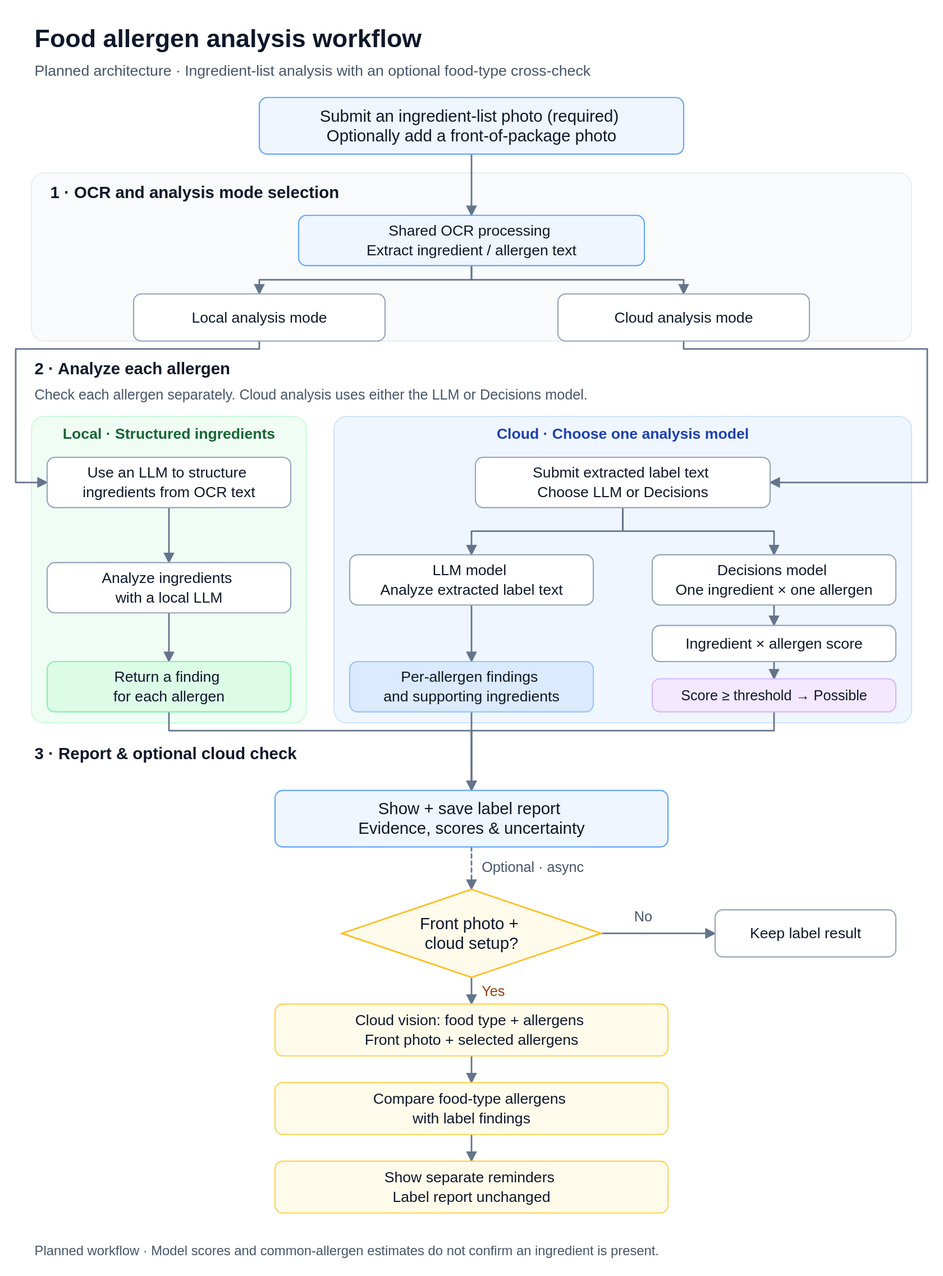
Earlier version of the draw.io export docs/workflow-updated.drawio.svg (CaptainRam/nathacks2026). Source tidied: cells renumbered, new cells last; positions are measured from the earlier drawing's top-left corner, leaving out a move shared by most shapes.
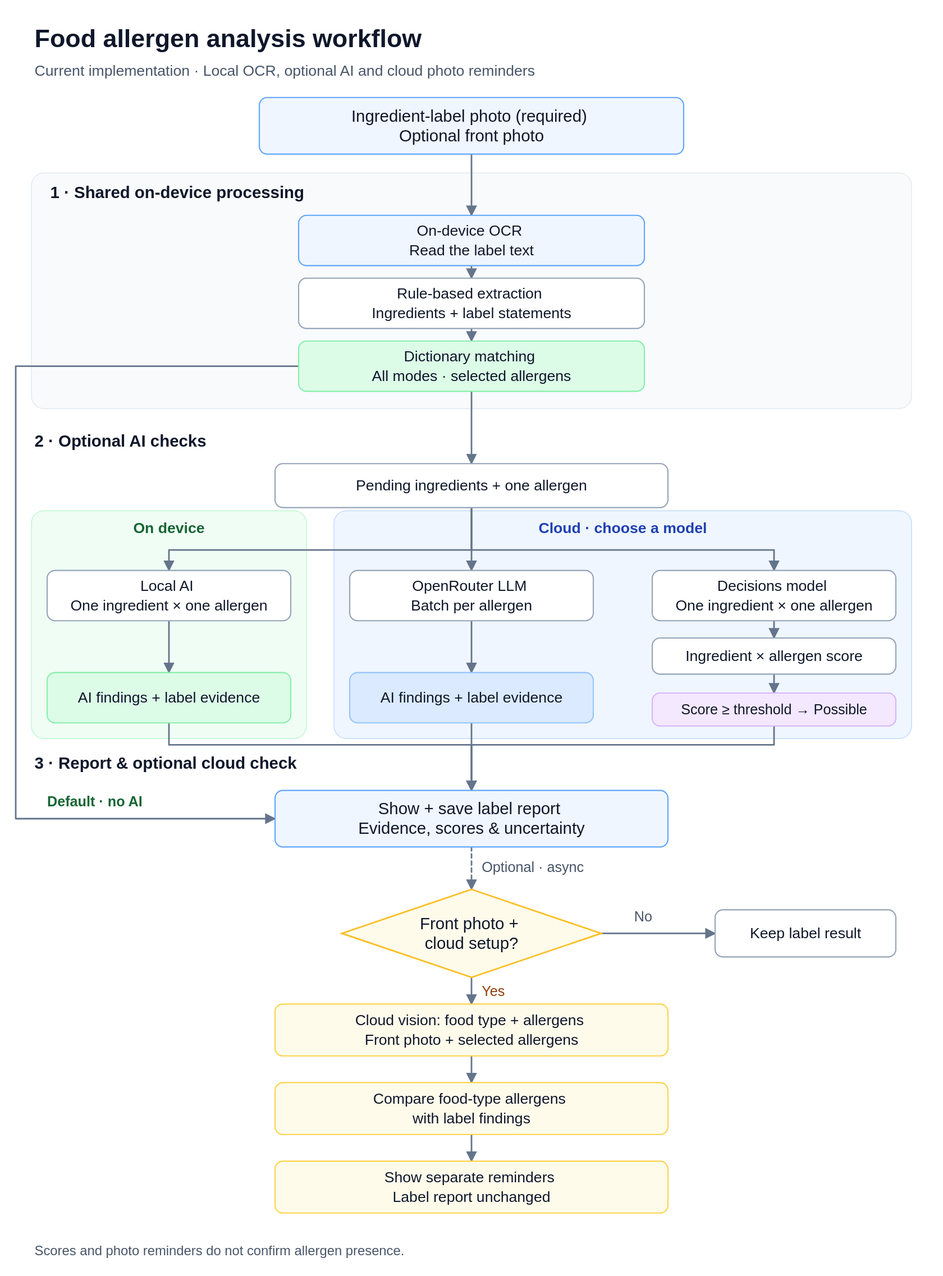
The same diagram one commit later.

Commit message:
Batch pending ingredients for AI allergen checks

What changed in the source:
```diff
@@ -5,9 +5,9 @@
     <mxCell id="2" style="rounded=1;arcSize=8;whiteSpace=wrap;html=1;fillColor=#f8fafc;strokeColor=#e2e8f0;" parent="1" vertex="1">
-      <mxGeometry x="20" y="194" width="1120" height="214" as="geometry" />
+      <mxGeometry x="20" y="194" width="1120" height="300" as="geometry" />
     </mxCell>
     <mxCell id="3" style="rounded=1;arcSize=8;whiteSpace=wrap;html=1;fillColor=#f0fdf4;strokeColor=#bbf7d0;" parent="1" vertex="1">
-      <mxGeometry x="20" y="504" width="350" height="390" as="geometry" />
+      <mxGeometry x="20" y="624" width="350" height="290" as="geometry" />
     </mxCell>
     <mxCell id="4" style="rounded=1;arcSize=8;whiteSpace=wrap;html=1;fillColor=#eff6ff;strokeColor=#bfdbfe;" parent="1" vertex="1">
-      <mxGeometry x="405" y="504" width="735" height="390" as="geometry" />
+      <mxGeometry x="405" y="624" width="735" height="290" as="geometry" />
     </mxCell>
@@ -16,39 +16,2 @@
     </mxCell>
-    <mxCell id="6" style="edgeStyle=orthogonalEdgeStyle;rounded=0;html=1;endArrow=block;strokeColor=#64748b;strokeWidth=2;exitX=.5;exitY=1;entryX=.5;entryY=0;" parent="1" edge="1" source="27" target="28">
-      <mxGeometry relative="1" as="geometry">
-        <Array as="points">
-          <mxPoint x="580" y="330" />
-          <mxPoint x="310" y="330" />
-        </Array>
-      </mxGeometry>
-    </mxCell>
-    <mxCell id="7" style="edgeStyle=orthogonalEdgeStyle;rounded=0;html=1;endArrow=block;strokeColor=#64748b;strokeWidth=2;exitX=.5;exitY=1;entryX=.5;entryY=0;" parent="1" edge="1" source="27" target="29">
-      <mxGeometry relative="1" as="geometry">
-        <Array as="points">
-          <mxPoint x="580" y="330" />
-          <mxPoint x="850" y="330" />
-        </Array>
-      </mxGeometry>
-    </mxCell>
-    <mxCell id="8" style="edgeStyle=orthogonalEdgeStyle;rounded=0;html=1;endArrow=block;strokeColor=#64748b;strokeWidth=2;exitX=.5;exitY=1;entryX=0;entryY=.5;" parent="1" edge="1" source="28" target="34">
-      <mxGeometry relative="1" as="geometry">
-        <Array as="points">
-          <mxPoint x="310" y="418" />
-          <mxPoint y="418" />
-          <mxPoint y="588" />
-        </Array>
-      </mxGeometry>
-    </mxCell>
-    <mxCell id="9" style="edgeStyle=orthogonalEdgeStyle;rounded=0;html=1;endArrow=block;strokeColor=#64748b;strokeWidth=2;exitX=.5;exitY=1;entryX=1;entryY=.5;" parent="1" edge="1" source="29" target="37">
-      <mxGeometry relative="1" as="geometry">
-        <Array as="points">
-          <mxPoint x="850" y="418" />
-          <mxPoint x="1160" y="418" />
-          <mxPoint x="1160" y="588" />
-        </Array>
-      </mxGeometry>
-    </mxCell>
-    <mxCell id="10" style="edgeStyle=orthogonalEdgeStyle;rounded=0;html=1;endArrow=block;strokeColor=#64748b;strokeWidth=2;exitX=.5;exitY=1;entryX=.5;entryY=0;" parent="1" edge="1" source="34" target="35">
-      <mxGeometry relative="1" as="geometry" />
-    </mxCell>
     <mxCell id="11" style="edgeStyle=orthogonalEdgeStyle;rounded=0;html=1;endArrow=block;strokeColor=#64748b;strokeWidth=2;exitX=.5;exitY=1;entryX=.5;entryY=0;" parent="1" edge="1" source="35" target="36">
@@ -56,18 +19,2 @@
     </mxCell>
-    <mxCell id="12" style="edgeStyle=orthogonalEdgeStyle;rounded=0;html=1;endArrow=block;strokeColor=#64748b;strokeWidth=2;exitX=.5;exitY=1;entryX=.5;entryY=0;" parent="1" edge="1" source="37" target="38">
-      <mxGeometry relative="1" as="geometry">
-        <Array as="points">
-          <mxPoint x="772.5" y="650" />
-          <mxPoint x="580" y="650" />
-        </Array>
-      </mxGeometry>
-    </mxCell>
-    <mxCell id="13" style="edgeStyle=orthogonalEdgeStyle;rounded=0;html=1;endArrow=block;strokeColor=#64748b;strokeWidth=2;exitX=.5;exitY=1;entryX=.5;entryY=0;" parent="1" edge="1" source="37" target="40">
-      <mxGeometry relative="1" as="geometry">
-        <Array as="points">
-          <mxPoint x="772.5" y="650" />
-          <mxPoint x="965" y="650" />
-        </Array>
-      </mxGeometry>
-    </mxCell>
     <mxCell id="14" style="edgeStyle=orthogonalEdgeStyle;rounded=0;html=1;endArrow=block;strokeColor=#64748b;strokeWidth=2;exitX=.5;exitY=1;entryX=.5;entryY=0;" parent="1" edge="1" source="38" target="39">
@@ -84,4 +31,4 @@
         <Array as="points">
-          <mxPoint x="195" y="904" />
-          <mxPoint x="580" y="904" />
+          <mxPoint x="195" y="922" />
+          <mxPoint x="580" y="922" />
         </Array>
@@ -95,4 +42,4 @@
         <Array as="points">
-          <mxPoint x="965" y="904" />
-          <mxPoint x="580" y="904" />
+          <mxPoint x="965" y="922" />
+          <mxPoint x="580" y="922" />
         </Array>
@@ -112,61 +59,49 @@
     </mxCell>
-    <mxCell id="24" value="Planned architecture · Ingredient-list analysis with an optional food-type cross-check" style="text;html=1;strokeColor=none;fillColor=none;align=left;verticalAlign=middle;whiteSpace=wrap;rounded=0;fontSize=19;fontColor=#475569;fontFamily=Arial;fontStyle=0;" parent="1" vertex="1">
+    <mxCell id="24" value="Current implementation · Local OCR, optional AI and cloud photo reminders" style="text;html=1;strokeColor=none;fillColor=none;align=left;verticalAlign=middle;whiteSpace=wrap;rounded=0;fontSize=19;fontColor=#475569;fontFamily=Arial;fontStyle=0;" parent="1" vertex="1">
       <mxGeometry x="24" y="50" width="1112" height="28" as="geometry" />
     </mxCell>
-    <mxCell id="25" value="Submit an ingredient-list photo (required)&lt;br&gt;Optionally add a front-of-package photo" style="rounded=1;arcSize=12;whiteSpace=wrap;html=1;fillColor=#eff6ff;strokeColor=#60a5fa;fontSize=21;fontFamily=Arial;fontColor=#0f172a;spacing=10;" parent="1" vertex="1">
+    <mxCell id="25" value="Ingredient-label photo (required)&lt;br&gt;Optional front photo" style="rounded=1;arcSize=12;whiteSpace=wrap;html=1;fillColor=#eff6ff;strokeColor=#60a5fa;fontSize=21;fontFamily=Arial;fontColor=#0f172a;spacing=10;" parent="1" vertex="1">
       <mxGeometry x="310" y="98" width="540" height="72" as="geometry" />
     </mxCell>
-    <mxCell id="26" value="1 · OCR and analysis mode selection" style="text;html=1;strokeColor=none;fillColor=none;align=left;verticalAlign=middle;whiteSpace=wrap;rounded=0;fontSize=21;fontColor=#0f172a;fontFamily=Arial;fontStyle=1;" parent="1" vertex="1">
+    <mxCell id="26" value="1 · Shared on-device processing" style="text;html=1;strokeColor=none;fillColor=none;align=left;verticalAlign=middle;whiteSpace=wrap;rounded=0;fontSize=21;fontColor=#0f172a;fontFamily=Arial;fontStyle=1;" parent="1" vertex="1">
       <mxGeometry x="44" y="204" width="1072" height="30" as="geometry" />
     </mxCell>
-    <mxCell id="27" value="Shared OCR processing&lt;br&gt;Extract ingredient / allergen text" style="rounded=1;arcSize=12;whiteSpace=wrap;html=1;fillColor=#eff6ff;strokeColor=#60a5fa;fontSize=19;fontFamily=Arial;fontColor=#0f172a;spacing=10;" parent="1" vertex="1">
+    <mxCell id="27" value="On-device OCR&lt;br&gt;Read the label text" style="rounded=1;arcSize=12;whiteSpace=wrap;html=1;fillColor=#eff6ff;strokeColor=#60a5fa;fontSize=19;fontFamily=Arial;fontColor=#0f172a;spacing=10;" parent="1" vertex="1">
       <mxGeometry x="360" y="248" width="440" height="64" as="geometry" />
     </mxCell>
-    <mxCell id="28" value="Local analysis mode" style="rounded=1;arcSize=12;whiteSpace=wrap;html=1;fillColor=#ffffff;strokeColor=#94a3b8;fontSize=19;fontFamily=Arial;fontColor=#0f172a;spacing=10;" parent="1" vertex="1">
-      <mxGeometry x="150" y="348" width="320" height="60" as="geometry" />
-    </mxCell>
-    <mxCell id="29" value="Cloud analysis mode" style="rounded=1;arcSize=12;whiteSpace=wrap;html=1;fillColor=#ffffff;strokeColor=#94a3b8;fontSize=19;fontFamily=Arial;fontColor=#0f172a;spacing=10;" parent="1" vertex="1">
-      <mxGeometry x="690" y="348" width="320" height="60" as="geometry" />
-    </mxCell>
-    <mxCell id="30" value="2 · Analyze each allergen" style="text;html=1;strokeColor=none;fillColor=none;align=left;verticalAlign=middle;whiteSpace=wrap;rounded=0;fontSize=21;fontColor=#0f172a;fontFamily=Arial;fontStyle=1;" parent="1" vertex="1">
-      <mxGeometry x="24" y="428" width="1112" height="30" as="geometry" />
+    <mxCell id="30" value="2 · Optional AI checks" style="text;html=1;strokeColor=none;fillColor=none;align=left;verticalAlign=middle;whiteSpace=wrap;rounded=0;fontSize=21;fontColor=#0f172a;fontFamily=Arial;fontStyle=1;" parent="1" vertex="1">
+      <mxGeometry x="24" y="520" width="1112" height="30" as="geometry" />
     </mxCell>
-    <mxCell id="31" value="Check each allergen separately. Cloud analysis uses either the LLM or Decisions model." style="text;html=1;strokeColor=none;fillColor=none;align=left;verticalAlign=middle;whiteSpace=wrap;rounded=0;fontSize=18;fontColor=#475569;fontFamily=Arial;fontStyle=0;" parent="1" vertex="1">
-      <mxGeometry x="24" y="462" width="1112" height="28" as="geometry" />
-    </mxCell>
-    <mxCell id="32" value="Local · Structured ingredients" style="text;html=1;strokeColor=none;fillColor=none;align=center;verticalAlign=middle;whiteSpace=wrap;rounded=0;fontSize=19;fontColor=#166534;fontFamily=Arial;fontStyle=1;" parent="1" vertex="1">
-      <mxGeometry x="35" y="511" width="320" height="30" as="geometry" />
+    <mxCell id="32" value="On device" style="text;html=1;strokeColor=none;fillColor=none;align=center;verticalAlign=middle;whiteSpace=wrap;rounded=0;fontSize=19;fontColor=#166534;fontFamily=Arial;fontStyle=1;" parent="1" vertex="1">
+      <mxGeometry x="35" y="631" width="320" height="30" as="geometry" />
     </mxCell>
-    <mxCell id="33" value="Cloud · Choose one analysis model" style="text;html=1;strokeColor=none;fillColor=none;align=center;verticalAlign=middle;whiteSpace=wrap;rounded=0;fontSize=19;fontColor=#1e40af;fontFamily=Arial;fontStyle=1;" parent="1" vertex="1">
-      <mxGeometry x="420" y="511" width="705" height="30" as="geometry" />
+    <mxCell id="33" value="Cloud · choose a model" style="text;html=1;strokeColor=none;fillColor=none;align=center;verticalAlign=middle;whiteSpace=wrap;rounded=0;fontSize=19;fontColor=#1e40af;fontFamily=Arial;fontStyle=1;" parent="1" vertex="1">
+      <mxGeometry x="420" y="631" width="705" height="30" as="geometry" />
     </mxCell>
-    <mxCell id="34" value="Use an LLM to structure&lt;br&gt;ingredients from OCR text" style="rounded=1;arcSize=12;whiteSpace=wrap;html=1;fillColor=#ffffff;strokeColor=#94a3b8;fontSize=19;fontFamily=Arial;fontColor=#0f172a;spacing=10;" parent="1" vertex="1">
-      <mxGeometry x="40" y="556" width="310" height="64" as="geometry" />
+    <mxCell id="34" value="Rule-based extraction&lt;br&gt;Ingredients + label statements" style="rounded=1;arcSize=12;whiteSpace=wrap;html=1;fillColor=#ffffff;strokeColor=#94a3b8;fontSize=19;fontFamily=Arial;fontColor=#0f172a;spacing=10;" parent="1" vertex="1">
+      <mxGeometry x="360" y="328" width="440" height="64" as="geometry" />
     </mxCell>
-    <mxCell id="35" value="Analyze ingredients&lt;br&gt;with a local LLM" style="rounded=1;arcSize=12;whiteSpace=wrap;html=1;fillColor=#ffffff;strokeColor=#94a3b8;fontSize=19;fontFamily=Arial;fontColor=#0f172a;spacing=10;" parent="1" vertex="1">
-      <mxGeometry x="40" y="690" width="310" height="64" as="geometry" />
+    <mxCell id="35" value="Local AI&lt;br&gt;One ingredient × one allergen" style="rounded=1;arcSize=12;whiteSpace=wrap;html=1;fillColor=#ffffff;strokeColor=#94a3b8;fontSize=19;fontFamily=Arial;fontColor=#0f172a;spacing=10;" parent="1" vertex="1">
+      <mxGeometry x="40" y="700" width="310" height="64" as="geometry" />
     </mxCell>
-    <mxCell id="36" value="Return a finding&lt;br&gt;for each allergen" style="rounded=1;arcSize=12;whiteSpace=wrap;html=1;fillColor=#dcfce7;strokeColor=#86efac;fontSize=19;fontFamily=Arial;fontColor=#0f172a;spacing=10;" parent="1" vertex="1">
-      <mxGeometry x="40" y="816" width="310" height="64" as="geometry" />
+    <mxCell id="36" value="AI findings + label evidence" style="rounded=1;arcSize=12;whiteSpace=wrap;html=1;fillColor=#dcfce7;strokeColor=#86efac;fontSize=19;fontFamily=Arial;fontColor=#0f172a;spacing=10;" parent="1" vertex="1">
+      <mxGeometry x="40" y="830" width="310" height="64" as="geometry" />
     </mxCell>
-    <mxCell id="37" value="Submit extracted label text&lt;br&gt;Choose LLM or Decisions" style="rounded=1;arcSize=12;whiteSpace=wrap;html=1;fillColor=#ffffff;strokeColor=#94a3b8;fontSize=19;fontFamily=Arial;fontColor=#0f172a;spacing=10;" parent="1" vertex="1">
-      <mxGeometry x="585" y="556" width="375" height="64" as="geometry" />
-    </mxCell>
-    <mxCell id="38" value="LLM model&lt;br&gt;Analyze extracted label text" style="rounded=1;arcSize=12;whiteSpace=wrap;html=1;fillColor=#ffffff;strokeColor=#94a3b8;fontSize=19;fontFamily=Arial;fontColor=#0f172a;spacing=10;" parent="1" vertex="1">
-      <mxGeometry x="425" y="680" width="310" height="64" as="geometry" />
+    <mxCell id="38" value="OpenRouter LLM&lt;br&gt;Batch per allergen" style="rounded=1;arcSize=12;whiteSpace=wrap;html=1;fillColor=#ffffff;strokeColor=#94a3b8;fontSize=19;fontFamily=Arial;fontColor=#0f172a;spacing=10;" parent="1" vertex="1">
+      <mxGeometry x="425" y="700" width="310" height="64" as="geometry" />
     </mxCell>
-    <mxCell id="39" value="Per-allergen findings&lt;br&gt;and supporting ingredients" style="rounded=1;arcSize=12;whiteSpace=wrap;html=1;fillColor=#dbeafe;strokeColor=#93c5fd;fontSize=19;fontFamily=Arial;fontColor=#0f172a;spacing=10;" parent="1" vertex="1">
-      <mxGeometry x="425" y="816" width="310" height="64" as="geometry" />
+    <mxCell id="39" value="AI findings + label evidence" style="rounded=1;arcSize=12;whiteSpace=wrap;html=1;fillColor=#dbeafe;strokeColor=#93c5fd;fontSize=19;fontFamily=Arial;fontColor=#0f172a;spacing=10;" parent="1" vertex="1">
+      <mxGeometry x="425" y="830" width="310" height="64" as="geometry" />
     </mxCell>
     <mxCell id="40" value="Decisions model&lt;br&gt;One ingredient × one allergen" style="rounded=1;arcSize=12;whiteSpace=wrap;html=1;fillColor=#ffffff;strokeColor=#94a3b8;fontSize=19;fontFamily=Arial;fontColor=#0f172a;spacing=10;" parent="1" vertex="1">
-      <mxGeometry x="810" y="680" width="310" height="64" as="geometry" />
+      <mxGeometry x="810" y="700" width="310" height="64" as="geometry" />
     </mxCell>
     <mxCell id="41" value="Ingredient × allergen score" style="rounded=1;arcSize=12;whiteSpace=wrap;html=1;fillColor=#ffffff;strokeColor=#94a3b8;fontSize=19;fontFamily=Arial;fontColor=#0f172a;spacing=10;" parent="1" vertex="1">
-      <mxGeometry x="810" y="770" width="310" height="46" as="geometry" />
+      <mxGeometry x="810" y="786" width="310" height="46" as="geometry" />
     </mxCell>
     <mxCell id="42" value="Score ≥ threshold → Possible" style="rounded=1;arcSize=12;whiteSpace=wrap;html=1;fillColor=#f3e8ff;strokeColor=#d8b4fe;fontSize=18;fontFamily=Arial;fontColor=#0f172a;spacing=10;" parent="1" vertex="1">
-      <mxGeometry x="810" y="838" width="310" height="42" as="geometry" />
+      <mxGeometry x="810" y="856" width="310" height="42" as="geometry" />
     </mxCell>
     <mxCell id="43" value="3 · Report &amp; optional cloud check" style="text;html=1;strokeColor=none;fillColor=none;align=left;verticalAlign=middle;whiteSpace=wrap;rounded=0;fontSize=21;fontColor=#0f172a;fontFamily=Arial;fontStyle=1;" parent="1" vertex="1">
-      <mxGeometry x="24" y="918" width="1112" height="30" as="geometry" />
+      <mxGeometry x="24" y="930" width="1112" height="30" as="geometry" />
     </mxCell>
@@ -193,3 +128,3 @@
     </mxCell>
-    <mxCell id="51" value="Planned workflow · Model scores and common-allergen estimates do not confirm an ingredient is present." style="text;html=1;strokeColor=none;fillColor=none;align=left;verticalAlign=middle;whiteSpace=wrap;rounded=0;fontSize=17;fontColor=#475569;fontFamily=Arial;fontStyle=0;" parent="1" vertex="1">
+    <mxCell id="51" value="Scores and photo reminders do not confirm allergen presence." style="text;html=1;strokeColor=none;fillColor=none;align=left;verticalAlign=middle;whiteSpace=wrap;rounded=0;fontSize=17;fontColor=#475569;fontFamily=Arial;fontStyle=0;" parent="1" vertex="1">
       <mxGeometry x="24" y="1552" width="1112" height="28" as="geometry" />
@@ -208,2 +143,51 @@
     </mxCell>
+    <mxCell id="56" value="Dictionary matching&lt;br&gt;All modes · selected allergens" style="rounded=1;arcSize=12;whiteSpace=wrap;html=1;fillColor=#dcfce7;strokeColor=#86efac;fontSize=19;fontFamily=Arial;fontColor=#0f172a;spacing=10;" parent="1" vertex="1">
+      <mxGeometry x="360" y="408" width="440" height="64" as="geometry" />
+    </mxCell>
+    <mxCell id="57" value="Pending ingredients + one allergen" style="rounded=1;arcSize=12;whiteSpace=wrap;html=1;fillColor=#ffffff;strokeColor=#94a3b8;fontSize=19;fontFamily=Arial;fontColor=#0f172a;spacing=10;" parent="1" vertex="1">
+      <mxGeometry x="330" y="564" width="500" height="56" as="geometry" />
+    </mxCell>
+    <mxCell id="58" value="Default · no AI" style="text;html=1;strokeColor=none;fillColor=none;align=left;verticalAlign=middle;whiteSpace=wrap;rounded=0;fontSize=18;fontColor=#166534;fontFamily=Arial;fontStyle=1;" parent="1" vertex="1">
+      <mxGeometry x="40" y="980" width="270" height="28" as="geometry" />
+    </mxCell>
+    <mxCell id="59" style="edgeStyle=orthogonalEdgeStyle;rounded=0;html=1;endArrow=block;strokeColor=#64748b;strokeWidth=2;exitX=.5;exitY=1;entryX=.5;entryY=0;" parent="1" edge="1" source="27" target="34">
+      <mxGeometry relative="1" as="geometry" />
+    </mxCell>
+    <mxCell id="60" style="edgeStyle=orthogonalEdgeStyle;rounded=0;html=1;endArrow=block;strokeColor=#64748b;strokeWidth=2;exitX=.5;exitY=1;entryX=.5;entryY=0;" parent="1" edge="1" source="34" target="56">
+      <mxGeometry relative="1" as="geometry" />
+    </mxCell>
+    <mxCell id="61" style="edgeStyle=orthogonalEdgeStyle;rounded=0;html=1;endArrow=block;strokeColor=#64748b;strokeWidth=2;exitX=.5;exitY=1;entryX=.5;entryY=0;exitX=0;exitY=.5;entryX=0;entryY=.5;" parent="1" edge="1" source="56" target="48">
+      <mxGeometry relative="1" as="geometry">
+        <Array as="points">
+          <mxPoint y="440" />
+          <mxPoint y="1016" />
+        </Array>
+      </mxGeometry>
+    </mxCell>
+    <mxCell id="62" style="edgeStyle=orthogonalEdgeStyle;rounded=0;html=1;endArrow=block;strokeColor=#64748b;strokeWidth=2;exitX=.5;exitY=1;entryX=.5;entryY=0;" parent="1" edge="1" source="56" target="57">
+      <mxGeometry relative="1" as="geometry" />
+    </mxCell>
+    <mxCell id="63" style="edgeStyle=orthogonalEdgeStyle;rounded=0;html=1;endArrow=block;strokeColor=#64748b;strokeWidth=2;exitX=.5;exitY=1;entryX=.5;entryY=0;" parent="1" edge="1" source="57" target="35">
+      <mxGeometry relative="1" as="geometry">
+        <Array as="points">
+          <mxPoint x="580" y="674" />
+          <mxPoint x="195" y="674" />
+        </Array>
+      </mxGeometry>
+    </mxCell>
+    <mxCell id="64" style="edgeStyle=orthogonalEdgeStyle;rounded=0;html=1;endArrow=block;strokeColor=#64748b;strokeWidth=2;exitX=.5;exitY=1;entryX=.5;entryY=0;" parent="1" edge="1" source="57" target="38">
+      <mxGeometry relative="1" as="geometry">
+        <Array as="points">
+          <mxPoint x="580" y="674" />
+        </Array>
+      </mxGeometry>
+    </mxCell>
+    <mxCell id="65" style="edgeStyle=orthogonalEdgeStyle;rounded=0;html=1;endArrow=block;strokeColor=#64748b;strokeWidth=2;exitX=.5;exitY=1;entryX=.5;entryY=0;" parent="1" edge="1" source="57" target="40">
+      <mxGeometry relative="1" as="geometry">
+        <Array as="points">
+          <mxPoint x="580" y="674" />
+          <mxPoint x="965" y="674" />
+        </Array>
+      </mxGeometry>
+    </mxCell>
   </root>
```
